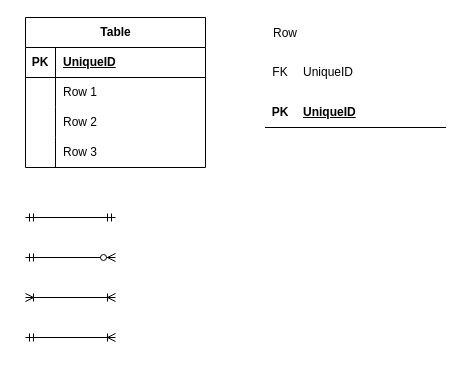
letoan0902/PTIT_CNTT1_IT104_LePhuToan_PhanTichVaThietKeHeThong keeps this draw.io diagram as Session09/test01.drawio. Above is the earlier version. Source tidied: cells renumbered, new cells numbered last; positions are measured from the earlier drawing's top-left corner, leaving out a move shared by most shapes. Both pictures are drawn from the tidied source at 100%, with x=0, y=0 at pixel (25, 17).
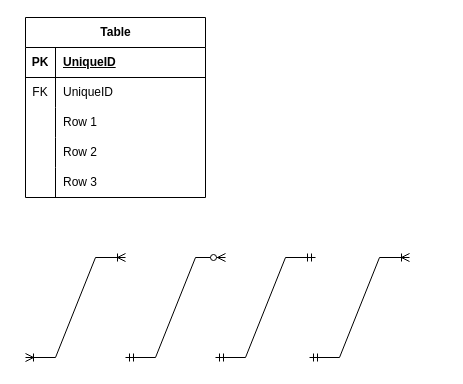
After the change.

What changed in the source:
```diff
@@
     <mxCell id="2" value="Table" style="shape=table;startSize=30;childLayout=tableLayout;rowLines=0;fontStyle=1;align=center;html=1;" parent="1" vertex="1">
-      <mxGeometry width="180" height="150" as="geometry" />
+      <mxGeometry width="180" height="180" as="geometry" />
     </mxCell>
@@
+    <mxCell id="20" style="shape=tableRow;horizontal=0;startSize=0;swimlaneHead=0;swimlaneBody=0;fillColor=none;top=0;left=0;right=0;bottom=0;" parent="2" vertex="1">
+      <mxGeometry y="60" width="180" height="30" as="geometry" />
+    </mxCell>
+    <mxCell id="21" value="FK" style="shape=partialRectangle;fillColor=none;top=0;left=0;bottom=0;right=0;fontStyle=0;overflow=hidden;whiteSpace=wrap;html=1;" parent="20" vertex="1">
+      <mxGeometry width="30" height="30" as="geometry" />
+    </mxCell>
+    <mxCell id="22" value="UniqueID" style="shape=partialRectangle;fillColor=none;top=0;left=0;bottom=0;right=0;align=left;spacingLeft=6;fontStyle=0;overflow=hidden;whiteSpace=wrap;html=1;" parent="20" vertex="1">
+      <mxGeometry x="30" width="150" height="30" as="geometry" />
+    </mxCell>
     <mxCell id="6" style="shape=tableRow;horizontal=0;startSize=0;swimlaneHead=0;swimlaneBody=0;fillColor=none;top=0;left=0;right=0;bottom=0;" parent="2" vertex="1">
-      <mxGeometry y="60" width="180" height="30" as="geometry" />
+      <mxGeometry y="90" width="180" height="30" as="geometry" />
     </mxCell>
@@
     <mxCell id="9" style="shape=tableRow;horizontal=0;startSize=0;swimlaneHead=0;swimlaneBody=0;fillColor=none;top=0;left=0;right=0;bottom=0;" parent="2" vertex="1">
-      <mxGeometry y="90" width="180" height="30" as="geometry" />
+      <mxGeometry y="120" width="180" height="30" as="geometry" />
     </mxCell>
@@
     <mxCell id="12" style="shape=tableRow;horizontal=0;startSize=0;swimlaneHead=0;swimlaneBody=0;fillColor=none;top=0;left=0;right=0;bottom=0;" parent="2" vertex="1">
-      <mxGeometry y="120" width="180" height="30" as="geometry" />
+      <mxGeometry y="150" width="180" height="30" as="geometry" />
     </mxCell>
@@
-    <mxCell id="15" style="shape=table;startSize=0;childLayout=tableLayout;rowLines=0;fontStyle=0;align=center;strokeColor=none;fillColor=none;whiteSpace=wrap;html=1;" parent="1" vertex="1">
-      <mxGeometry x="210" width="180" height="30" as="geometry" />
-    </mxCell>
-    <mxCell id="16" style="shape=tableRow;horizontal=0;startSize=0;swimlaneHead=0;swimlaneBody=0;fillColor=none;top=0;left=0;right=0;bottom=0;" parent="15" vertex="1">
-      <mxGeometry width="180" height="30" as="geometry" />
-    </mxCell>
-    <mxCell id="17" style="shape=partialRectangle;fillColor=none;top=0;left=0;bottom=0;right=0;overflow=hidden;" parent="16" vertex="1">
-      <mxGeometry width="30" height="30" as="geometry" />
-    </mxCell>
-    <mxCell id="18" value="Row" style="shape=partialRectangle;fillColor=none;top=0;left=0;bottom=0;right=0;align=left;spacingLeft=6;overflow=hidden;" parent="16" vertex="1">
-      <mxGeometry x="30" width="150" height="30" as="geometry" />
-    </mxCell>
-    <mxCell id="19" style="shape=table;startSize=0;childLayout=tableLayout;rowLines=0;fontStyle=0;align=center;strokeColor=none;fillColor=none;" parent="1" vertex="1">
-      <mxGeometry x="240" y="40" width="180" height="30" as="geometry" />
-    </mxCell>
-    <mxCell id="20" style="shape=tableRow;horizontal=0;startSize=0;swimlaneHead=0;swimlaneBody=0;fillColor=none;top=0;left=0;right=0;bottom=0;" parent="19" vertex="1">
-      <mxGeometry width="180" height="30" as="geometry" />
-    </mxCell>
-    <mxCell id="21" value="FK" style="shape=partialRectangle;fillColor=none;top=0;left=0;bottom=0;right=0;fontStyle=0;overflow=hidden;whiteSpace=wrap;html=1;" parent="20" vertex="1">
-      <mxGeometry width="30" height="30" as="geometry" />
-    </mxCell>
-    <mxCell id="22" value="UniqueID" style="shape=partialRectangle;fillColor=none;top=0;left=0;bottom=0;right=0;align=left;spacingLeft=6;fontStyle=0;overflow=hidden;whiteSpace=wrap;html=1;" parent="20" vertex="1">
-      <mxGeometry x="30" width="150" height="30" as="geometry" />
-    </mxCell>
-    <mxCell id="23" style="shape=table;startSize=0;childLayout=tableLayout;rowLines=0;fontStyle=0;align=center;strokeColor=none;fillColor=none;" parent="1" vertex="1">
-      <mxGeometry x="240" y="80" width="180" height="30" as="geometry" />
-    </mxCell>
-    <mxCell id="24" style="shape=tableRow;horizontal=0;startSize=0;swimlaneHead=0;swimlaneBody=0;fillColor=none;top=0;left=0;right=0;bottom=1;" parent="23" vertex="1">
-      <mxGeometry width="180" height="30" as="geometry" />
-    </mxCell>
-    <mxCell id="25" value="PK" style="shape=partialRectangle;fillColor=none;top=0;left=0;bottom=0;right=0;fontStyle=1;overflow=hidden;whiteSpace=wrap;html=1;" parent="24" vertex="1">
-      <mxGeometry width="30" height="30" as="geometry" />
-    </mxCell>
-    <mxCell id="26" value="UniqueID" style="shape=partialRectangle;fillColor=none;top=0;left=0;bottom=0;right=0;align=left;spacingLeft=6;fontStyle=5;overflow=hidden;whiteSpace=wrap;html=1;" parent="24" vertex="1">
-      <mxGeometry x="30" width="150" height="30" as="geometry" />
-    </mxCell>
-    <mxCell id="27" style="fontSize=12;html=1;endArrow=ERmandOne;startArrow=ERmandOne;rounded=0;" parent="1" edge="1">
-      <mxGeometry relative="1" as="geometry">
-        <mxPoint y="200" as="sourcePoint" />
-        <mxPoint x="90" y="200" as="targetPoint" />
-      </mxGeometry>
-    </mxCell>
-    <mxCell id="28" style="fontSize=12;html=1;endArrow=ERzeroToMany;startArrow=ERmandOne;rounded=0;" parent="1" edge="1">
-      <mxGeometry relative="1" as="geometry">
-        <mxPoint y="240" as="sourcePoint" />
-        <mxPoint x="90" y="240" as="targetPoint" />
-      </mxGeometry>
-    </mxCell>
-    <mxCell id="29" style="fontSize=12;html=1;endArrow=ERoneToMany;startArrow=ERoneToMany;rounded=0;" parent="1" edge="1">
-      <mxGeometry relative="1" as="geometry">
-        <mxPoint y="280" as="sourcePoint" />
-        <mxPoint x="90" y="280" as="targetPoint" />
-      </mxGeometry>
-    </mxCell>
-    <mxCell id="30" style="fontSize=12;html=1;endArrow=ERoneToMany;startArrow=ERmandOne;rounded=0;" parent="1" edge="1">
-      <mxGeometry relative="1" as="geometry">
-        <mxPoint y="320" as="sourcePoint" />
-        <mxPoint x="90" y="320" as="targetPoint" />
-      </mxGeometry>
-    </mxCell>
+    <mxCell id="31" style="edgeStyle=entityRelationEdgeStyle;fontSize=12;html=1;endArrow=ERmandOne;startArrow=ERmandOne;rounded=0;" parent="1" edge="1">
+      <mxGeometry relative="1" as="geometry">
+        <mxPoint x="190" y="340" as="sourcePoint" />
+        <mxPoint x="290" y="240" as="targetPoint" />
+      </mxGeometry>
+    </mxCell>
+    <mxCell id="32" style="edgeStyle=entityRelationEdgeStyle;fontSize=12;html=1;endArrow=ERzeroToMany;startArrow=ERmandOne;rounded=0;" parent="1" edge="1">
+      <mxGeometry relative="1" as="geometry">
+        <mxPoint x="100" y="340" as="sourcePoint" />
+        <mxPoint x="200" y="240" as="targetPoint" />
+      </mxGeometry>
+    </mxCell>
+    <mxCell id="33" style="edgeStyle=entityRelationEdgeStyle;fontSize=12;html=1;endArrow=ERoneToMany;startArrow=ERoneToMany;rounded=0;" parent="1" edge="1">
+      <mxGeometry relative="1" as="geometry">
+        <mxPoint y="340" as="sourcePoint" />
+        <mxPoint x="100" y="240" as="targetPoint" />
+      </mxGeometry>
+    </mxCell>
+    <mxCell id="34" style="edgeStyle=entityRelationEdgeStyle;fontSize=12;html=1;endArrow=ERoneToMany;startArrow=ERmandOne;rounded=0;" parent="1" edge="1">
+      <mxGeometry relative="1" as="geometry">
+        <mxPoint x="284" y="340" as="sourcePoint" />
+        <mxPoint x="384" y="240" as="targetPoint" />
+      </mxGeometry>
+    </mxCell>
```
